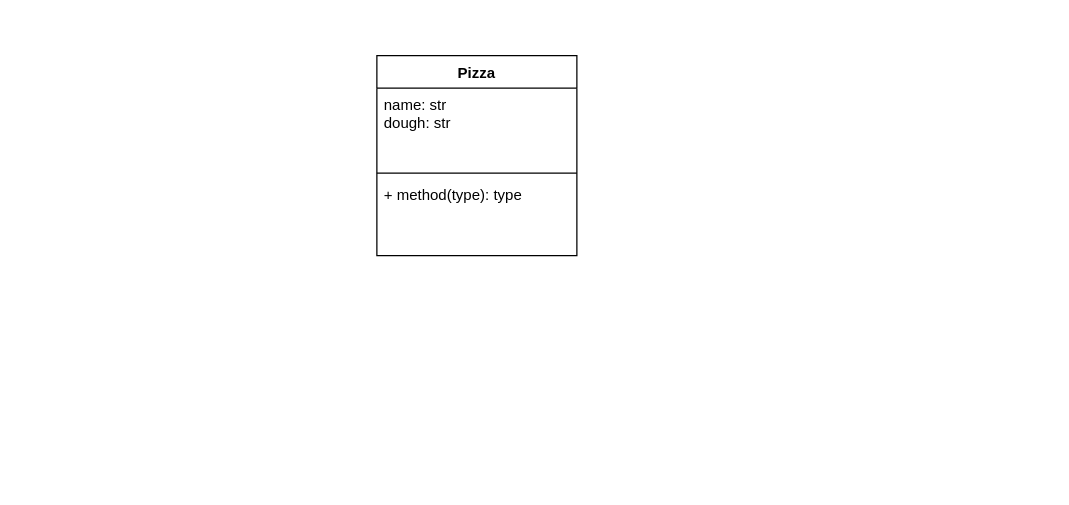
Above: Untitled Diagram.drawio in huytan0812/huytan0812.github.io (draw.io), before the change. Source tidied: cells renumbered, new cells numbered last; positions are measured from the earlier drawing's top-left corner, leaving out a move shared by most shapes. Both pictures are drawn from the tidied source at 125%, with x=0, y=0 at pixel (376, 55).
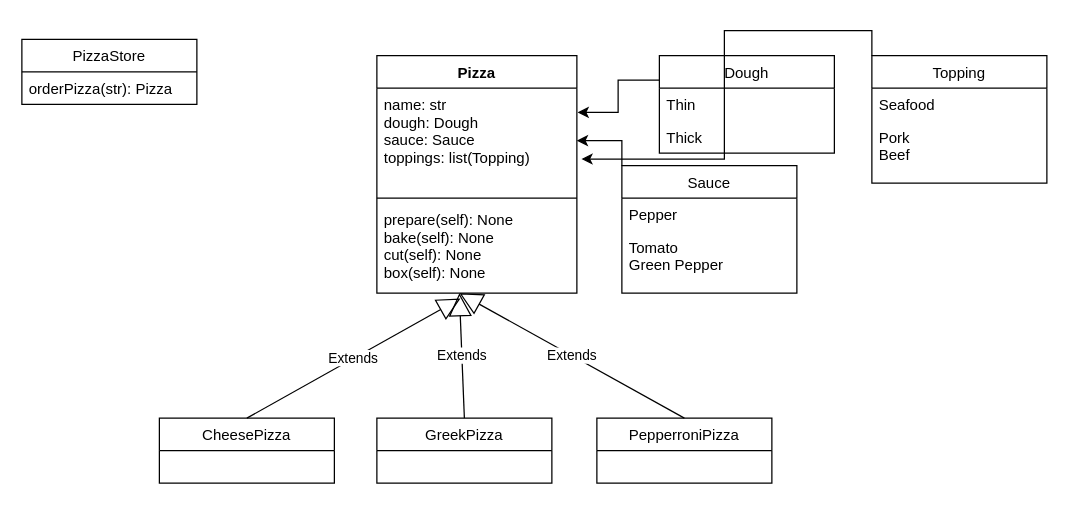
The same diagram, later.

What changed in the source:
```diff
@@
     <mxCell id="2" value="Pizza" style="swimlane;fontStyle=1;align=center;verticalAlign=top;horizontal=1;startSize=26;" parent="1" vertex="1">
-      <mxGeometry width="160" height="160" as="geometry" />
+      <mxGeometry width="160" height="190" as="geometry" />
     </mxCell>
-    <mxCell id="3" value="name: str&#10;dough: str&#10;" style="text;strokeColor=none;fillColor=none;align=left;verticalAlign=top;spacingLeft=4;spacingRight=4;overflow=hidden;points=[[0,0.5],[1,0.5]];portConstraint=eastwest;" parent="2" vertex="1">
-      <mxGeometry y="26" width="160" height="64" as="geometry" />
+    <mxCell id="3" value="name: str&#10;dough: Dough&#10;sauce: Sauce&#10;toppings: list(Topping)&#10;" style="text;strokeColor=none;fillColor=none;align=left;verticalAlign=top;spacingLeft=4;spacingRight=4;overflow=hidden;points=[[0,0.5],[1,0.5]];portConstraint=eastwest;" parent="2" vertex="1">
+      <mxGeometry y="26" width="160" height="84" as="geometry" />
     </mxCell>
     <mxCell id="4" style="line;strokeWidth=1;fillColor=none;align=left;verticalAlign=middle;spacingTop=-1;spacingLeft=3;spacingRight=3;labelPosition=right;" parent="2" vertex="1">
-      <mxGeometry y="90" width="160" height="8" as="geometry" />
+      <mxGeometry y="110" width="160" height="8" as="geometry" />
     </mxCell>
-    <mxCell id="5" value="+ method(type): type" style="text;strokeColor=none;fillColor=none;align=left;verticalAlign=top;spacingLeft=4;spacingRight=4;overflow=hidden;points=[[0,0.5],[1,0.5]];portConstraint=eastwest;" parent="2" vertex="1">
-      <mxGeometry y="98" width="160" height="62" as="geometry" />
+    <mxCell id="5" value="prepare(self): None&#10;bake(self): None&#10;cut(self): None&#10;box(self): None " style="text;strokeColor=none;fillColor=none;align=left;verticalAlign=top;spacingLeft=4;spacingRight=4;overflow=hidden;points=[[0,0.5],[1,0.5]];portConstraint=eastwest;" parent="2" vertex="1">
+      <mxGeometry y="118" width="160" height="72" as="geometry" />
     </mxCell>
+    <mxCell id="6" style="edgeStyle=orthogonalEdgeStyle;rounded=0;jettySize=auto;html=1;exitX=0;exitY=0.25;exitDx=0;exitDy=0;entryX=1.004;entryY=0.231;entryDx=0;entryDy=0;entryPerimeter=0;" parent="1" edge="1" source="7" target="3">
+      <mxGeometry relative="1" as="geometry" />
+    </mxCell>
+    <mxCell id="7" value="Dough" style="swimlane;fontStyle=0;horizontal=1;startSize=26;fillColor=none;" parent="1" vertex="1">
+      <mxGeometry x="226" width="140" height="78" as="geometry" />
+    </mxCell>
+    <mxCell id="8" value="Thin" style="text;strokeColor=none;fillColor=none;align=left;verticalAlign=top;spacingLeft=4;spacingRight=4;overflow=hidden;" parent="7" vertex="1">
+      <mxGeometry y="26" width="140" height="26" as="geometry" />
+    </mxCell>
+    <mxCell id="9" value="Thick" style="text;strokeColor=none;fillColor=none;align=left;verticalAlign=top;spacingLeft=4;spacingRight=4;overflow=hidden;" parent="7" vertex="1">
+      <mxGeometry y="52" width="140" height="26" as="geometry" />
+    </mxCell>
+    <mxCell id="10" style="edgeStyle=orthogonalEdgeStyle;rounded=0;jettySize=auto;html=1;exitX=0;exitY=0;exitDx=0;exitDy=0;entryX=1;entryY=0.5;entryDx=0;entryDy=0;" parent="1" edge="1" source="11" target="3">
+      <mxGeometry relative="1" as="geometry" />
+    </mxCell>
+    <mxCell id="11" value="Sauce" style="swimlane;fontStyle=0;horizontal=1;startSize=26;fillColor=none;" parent="1" vertex="1">
+      <mxGeometry x="196" y="88" width="140" height="102" as="geometry" />
+    </mxCell>
+    <mxCell id="12" value="Pepper" style="text;strokeColor=none;fillColor=none;align=left;verticalAlign=top;spacingLeft=4;spacingRight=4;overflow=hidden;" parent="11" vertex="1">
+      <mxGeometry y="26" width="140" height="26" as="geometry" />
+    </mxCell>
+    <mxCell id="13" value="Tomato&#10;Green Pepper" style="text;strokeColor=none;fillColor=none;align=left;verticalAlign=top;spacingLeft=4;spacingRight=4;overflow=hidden;" parent="11" vertex="1">
+      <mxGeometry y="52" width="140" height="50" as="geometry" />
+    </mxCell>
+    <mxCell id="14" style="edgeStyle=orthogonalEdgeStyle;rounded=0;jettySize=auto;html=1;exitX=0;exitY=0;exitDx=0;exitDy=0;entryX=1.023;entryY=0.675;entryDx=0;entryDy=0;entryPerimeter=0;" parent="1" edge="1" source="15" target="3">
+      <mxGeometry relative="1" as="geometry" />
+    </mxCell>
+    <mxCell id="15" value="Topping" style="swimlane;fontStyle=0;horizontal=1;startSize=26;fillColor=none;" parent="1" vertex="1">
+      <mxGeometry x="396" width="140" height="102" as="geometry" />
+    </mxCell>
+    <mxCell id="16" value="Seafood" style="text;strokeColor=none;fillColor=none;align=left;verticalAlign=top;spacingLeft=4;spacingRight=4;overflow=hidden;" parent="15" vertex="1">
+      <mxGeometry y="26" width="140" height="26" as="geometry" />
+    </mxCell>
+    <mxCell id="17" value="Pork&#10;Beef" style="text;strokeColor=none;fillColor=none;align=left;verticalAlign=top;spacingLeft=4;spacingRight=4;overflow=hidden;" parent="15" vertex="1">
+      <mxGeometry y="52" width="140" height="50" as="geometry" />
+    </mxCell>
+    <mxCell id="18" value="CheesePizza" style="swimlane;fontStyle=0;horizontal=1;startSize=26;fillColor=none;" parent="1" vertex="1">
+      <mxGeometry x="-174" y="290" width="140" height="52" as="geometry" />
+    </mxCell>
+    <mxCell id="19" value="GreekPizza" style="swimlane;fontStyle=0;horizontal=1;startSize=26;fillColor=none;" parent="1" vertex="1">
+      <mxGeometry y="290" width="140" height="52" as="geometry" />
+    </mxCell>
+    <mxCell id="20" value="PepperroniPizza" style="swimlane;fontStyle=0;horizontal=1;startSize=26;fillColor=none;" parent="1" vertex="1">
+      <mxGeometry x="176" y="290" width="140" height="52" as="geometry" />
+    </mxCell>
+    <mxCell id="21" value="Extends" style="endArrow=block;endSize=16;endFill=0;html=1;rounded=0;exitX=0.5;exitY=0;exitDx=0;exitDy=0;entryX=0.418;entryY=1.059;entryDx=0;entryDy=0;entryPerimeter=0;" parent="1" edge="1" source="18" target="5">
+      <mxGeometry relative="1" as="geometry" />
+    </mxCell>
+    <mxCell id="22" value="Extends" style="endArrow=block;endSize=16;endFill=0;html=1;rounded=0;exitX=0.5;exitY=0;exitDx=0;exitDy=0;" parent="1" edge="1" source="19">
+      <mxGeometry relative="1" as="geometry">
+        <mxPoint x="66" y="190" as="targetPoint" />
+      </mxGeometry>
+    </mxCell>
+    <mxCell id="23" value="Extends" style="endArrow=block;endSize=16;endFill=0;html=1;rounded=0;exitX=0.5;exitY=0;exitDx=0;exitDy=0;" parent="1" edge="1" source="20">
+      <mxGeometry relative="1" as="geometry">
+        <mxPoint x="66" y="190" as="targetPoint" />
+      </mxGeometry>
+    </mxCell>
+    <mxCell id="24" value="PizzaStore" style="swimlane;fontStyle=0;horizontal=1;startSize=26;fillColor=none;" parent="1" vertex="1">
+      <mxGeometry x="-284" y="-13" width="140" height="52" as="geometry" />
+    </mxCell>
+    <mxCell id="25" value="orderPizza(str): Pizza" style="text;strokeColor=none;fillColor=none;align=left;verticalAlign=top;spacingLeft=4;spacingRight=4;overflow=hidden;" parent="24" vertex="1">
+      <mxGeometry y="26" width="140" height="26" as="geometry" />
+    </mxCell>
```
